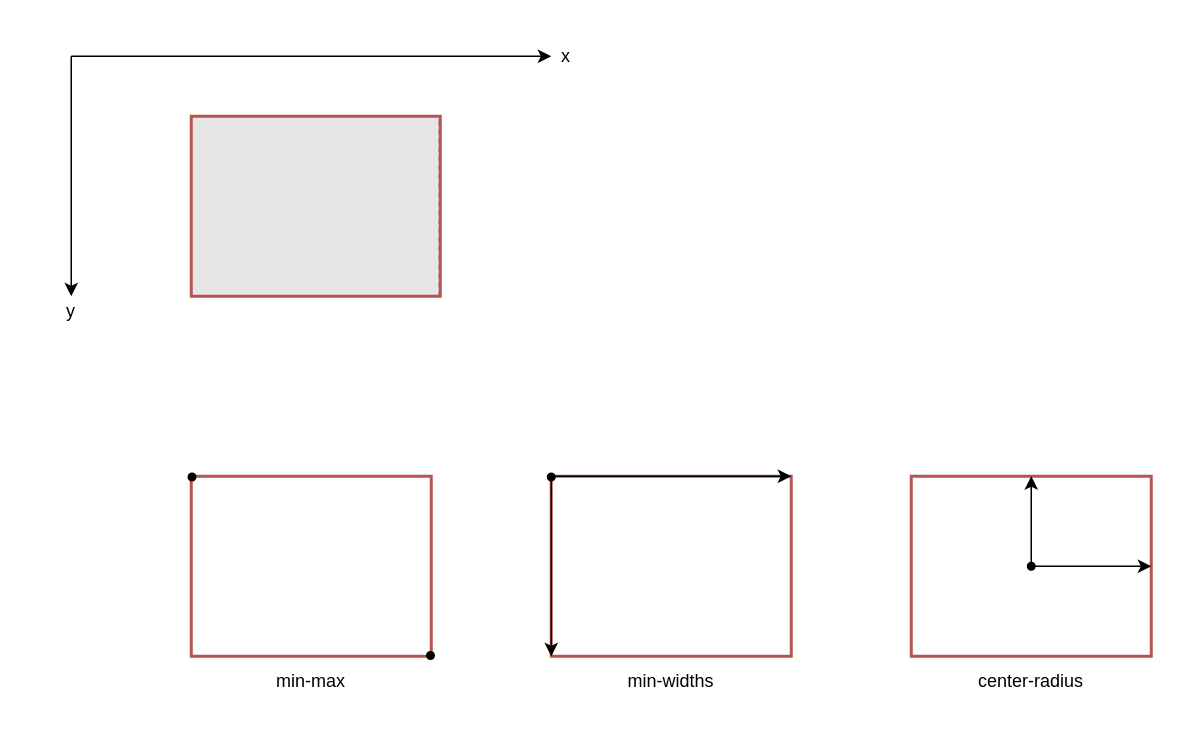
The draw.io diagram doc/diagrams/collision.drawio in wide-dot/thomson-to8-game-engine, before the edit. Source tidied: cells renumbered, new cells numbered last; positions are measured from the earlier drawing's top-left corner, leaving out a move shared by most shapes. Both pictures are drawn from the tidied source at 150%, with x=0, y=0 at pixel (26, 26). Pictures stored in the file or linked from it are replaced by grey dashed boxes.
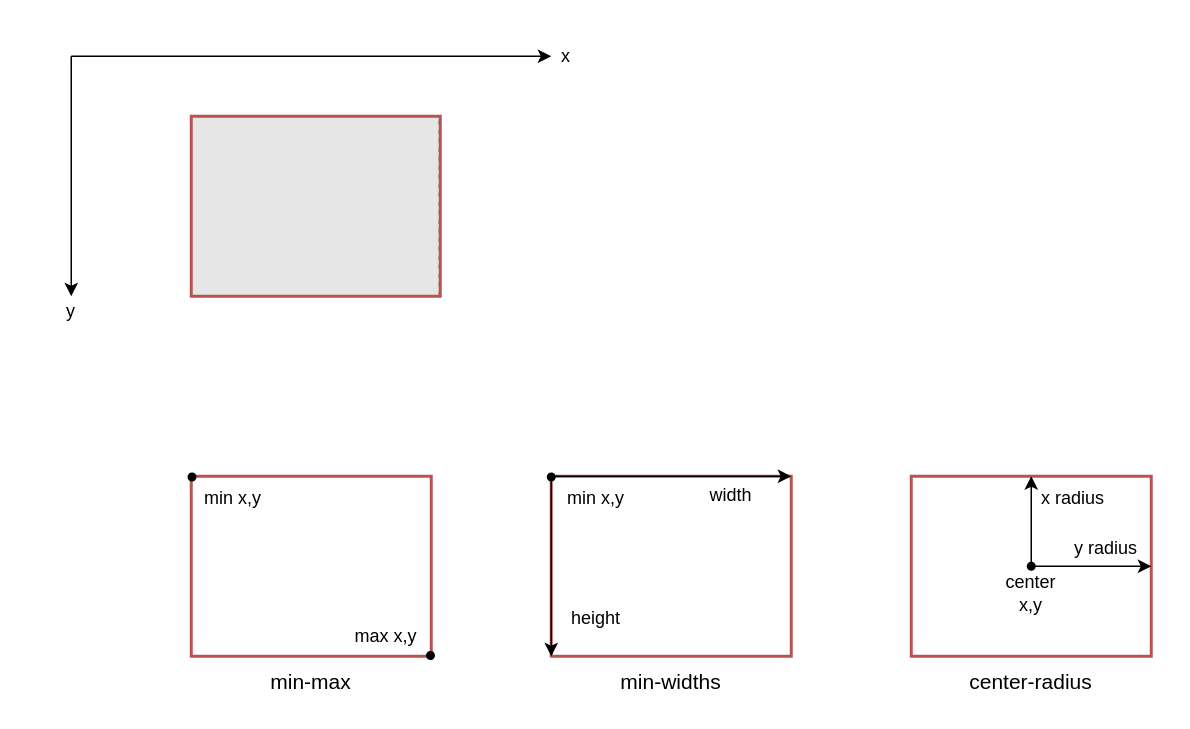
After the change.

The edit, as a diff of the source:
```diff
@@
-    <mxCell id="19" value="min-widths" style="text;html=1;strokeColor=none;fillColor=none;align=center;verticalAlign=middle;whiteSpace=wrap;rounded=0;" parent="1" vertex="1">
+    <mxCell id="19" value="&lt;font style=&quot;font-size: 14px;&quot;&gt;min-widths&lt;/font&gt;" style="text;html=1;strokeColor=none;fillColor=none;align=center;verticalAlign=middle;whiteSpace=wrap;rounded=0;" parent="1" vertex="1">
       <mxGeometry x="390" y="422" width="80" height="30" as="geometry" />
     </mxCell>
-    <mxCell id="20" value="min-max" style="text;html=1;strokeColor=none;fillColor=none;align=center;verticalAlign=middle;whiteSpace=wrap;rounded=0;" parent="1" vertex="1">
+    <mxCell id="20" value="&lt;font style=&quot;font-size: 14px;&quot;&gt;min-max&lt;/font&gt;" style="text;html=1;strokeColor=none;fillColor=none;align=center;verticalAlign=middle;whiteSpace=wrap;rounded=0;" parent="1" vertex="1">
       <mxGeometry x="150" y="422" width="80" height="30" as="geometry" />
     </mxCell>
-    <mxCell id="21" value="center-radius" style="text;html=1;strokeColor=none;fillColor=none;align=center;verticalAlign=middle;whiteSpace=wrap;rounded=0;" parent="1" vertex="1">
-      <mxGeometry x="630" y="422" width="80" height="30" as="geometry" />
+    <mxCell id="21" value="&lt;font style=&quot;font-size: 14px;&quot;&gt;center-radius&lt;/font&gt;" style="text;html=1;strokeColor=none;fillColor=none;align=center;verticalAlign=middle;whiteSpace=wrap;rounded=0;" parent="1" vertex="1">
+      <mxGeometry x="620" y="422" width="100" height="30" as="geometry" />
     </mxCell>
+    <mxCell id="22" value="min x,y" style="text;html=1;strokeColor=none;fillColor=none;align=center;verticalAlign=middle;whiteSpace=wrap;rounded=0;" parent="1" vertex="1">
+      <mxGeometry x="108" y="300" width="60" height="30" as="geometry" />
+    </mxCell>
+    <mxCell id="23" value="max x,y" style="text;html=1;strokeColor=none;fillColor=none;align=center;verticalAlign=middle;whiteSpace=wrap;rounded=0;" parent="1" vertex="1">
+      <mxGeometry x="210" y="392" width="60" height="30" as="geometry" />
+    </mxCell>
+    <mxCell id="24" value="width" style="text;html=1;strokeColor=none;fillColor=none;align=center;verticalAlign=middle;whiteSpace=wrap;rounded=0;" parent="1" vertex="1">
+      <mxGeometry x="440" y="298" width="60" height="30" as="geometry" />
+    </mxCell>
+    <mxCell id="25" value="min x,y" style="text;html=1;strokeColor=none;fillColor=none;align=center;verticalAlign=middle;whiteSpace=wrap;rounded=0;" parent="1" vertex="1">
+      <mxGeometry x="350" y="300" width="60" height="30" as="geometry" />
+    </mxCell>
+    <mxCell id="26" value="height" style="text;html=1;strokeColor=none;fillColor=none;align=center;verticalAlign=middle;whiteSpace=wrap;rounded=0;" parent="1" vertex="1">
+      <mxGeometry x="350" y="380" width="60" height="30" as="geometry" />
+    </mxCell>
+    <mxCell id="27" value="center&lt;br&gt;x,y" style="text;html=1;strokeColor=none;fillColor=none;align=center;verticalAlign=middle;whiteSpace=wrap;rounded=0;" parent="1" vertex="1">
+      <mxGeometry x="640" y="362.5" width="60" height="30" as="geometry" />
+    </mxCell>
+    <mxCell id="28" value="x radius" style="text;html=1;strokeColor=none;fillColor=none;align=center;verticalAlign=middle;whiteSpace=wrap;rounded=0;" parent="1" vertex="1">
+      <mxGeometry x="667.5" y="300" width="60" height="30" as="geometry" />
+    </mxCell>
+    <mxCell id="29" value="y radius" style="text;html=1;strokeColor=none;fillColor=none;align=center;verticalAlign=middle;whiteSpace=wrap;rounded=0;" parent="1" vertex="1">
+      <mxGeometry x="690" y="332.5" width="60" height="30" as="geometry" />
+    </mxCell>
```
